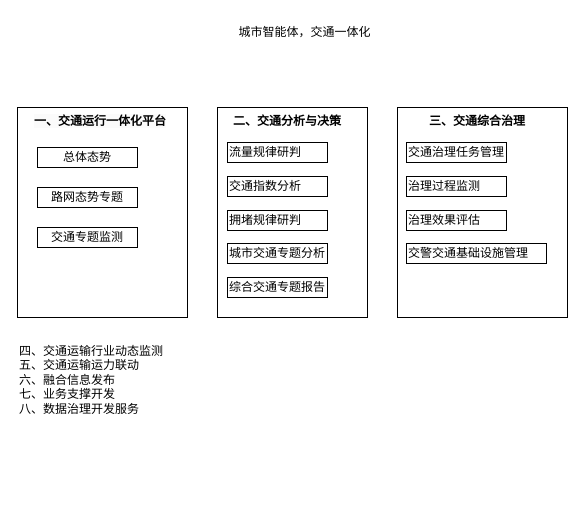
The draw.io diagram page "总体" (1 of 2) of 长春智慧交通一体化系统.drawio in bj-ehualu/drawio, before the edit. Source tidied: cells renumbered, new cells numbered last; positions are measured from the earlier drawing's top-left corner, leaving out a move shared by most shapes. Both pictures are drawn from the tidied source at 100%, with x=0, y=0 at pixel (17, 17).
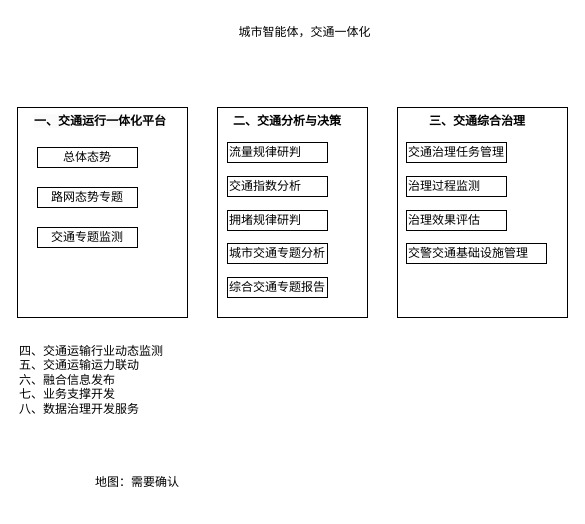
The same page after the edit.

Commit message (it also covers changes not shown here):
更新长春智慧交通一体化系统.drawio

The edit, as a diff of the source:
```diff
@@
+    <mxCell id="22" value="地图：需要确认" style="text;html=1;align=center;verticalAlign=middle;whiteSpace=wrap;rounded=0;" parent="1" vertex="1">
+      <mxGeometry x="10" y="440" width="220" height="50" as="geometry" />
+    </mxCell>
```
